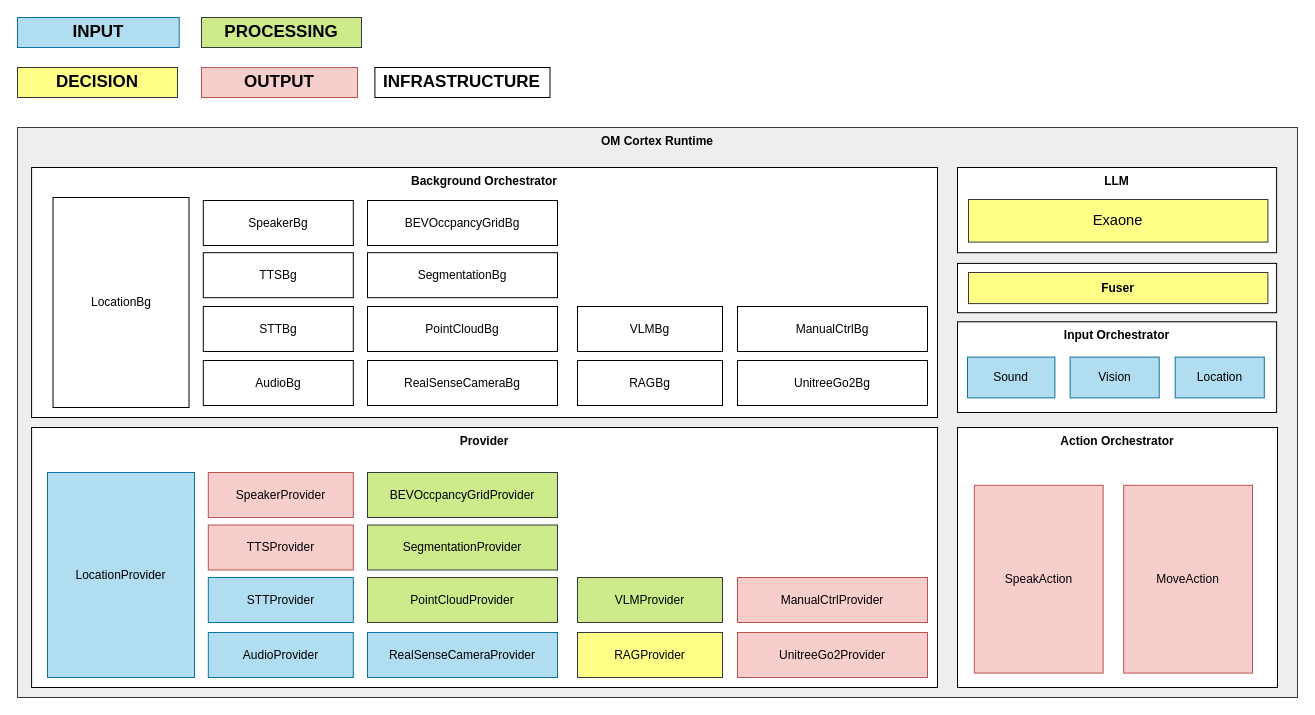
AI-Robot-SW/pedestrian-companion-robot keeps this draw.io diagram as page "SW Architecture" (1 of 5) of docs/20260125_OM_Integration_Diagrams.drawio. Above is the earlier version. Source tidied: cells renumbered, new cells numbered last; positions are measured from the earlier drawing's top-left corner, leaving out a move shared by most shapes. Both pictures are drawn from the tidied source at 100%, with x=0, y=0 at pixel (17, 17).
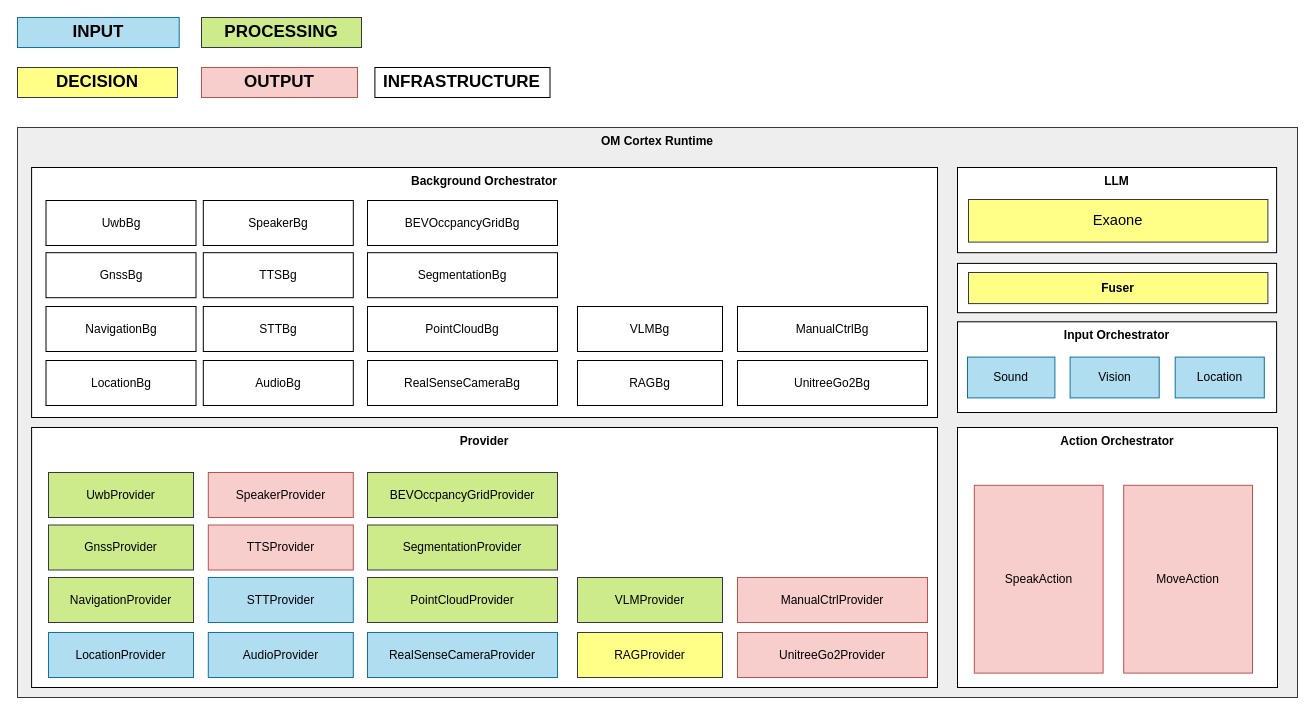
The same diagram, later.

Commit message (it also covers changes not shown here):
chore : update the integration diagrams

What changed in the source:
```diff
@@
-    <mxCell id="34" value="LocationProvider" style="rounded=0;whiteSpace=wrap;html=1;verticalAlign=middle;fontFamily=Helvetica;fillColor=#b1ddf0;strokeColor=#10739e;align=center;fontStyle=0;" parent="1" vertex="1">
-      <mxGeometry x="30" y="455" width="147" height="205" as="geometry" />
-    </mxCell>
-    <mxCell id="35" value="LocationBg" style="rounded=0;whiteSpace=wrap;html=1;fontFamily=Helvetica;verticalAlign=middle;fontStyle=0;" parent="1" vertex="1">
-      <mxGeometry x="35.5" y="180" width="136" height="210" as="geometry" />
-    </mxCell>
@@
+    <mxCell id="51" value="GnssProvider" style="rounded=0;whiteSpace=wrap;html=1;fontFamily=Helvetica;verticalAlign=middle;fillColor=#cdeb8b;strokeColor=#36393d;align=center;fontStyle=0;" parent="1" vertex="1">
+      <mxGeometry x="31" y="507.5" width="145" height="45" as="geometry" />
+    </mxCell>
+    <mxCell id="52" value="NavigationProvider" style="rounded=0;whiteSpace=wrap;html=1;fontFamily=Helvetica;verticalAlign=middle;fillColor=#cdeb8b;strokeColor=#36393d;align=center;fontStyle=0;" parent="1" vertex="1">
+      <mxGeometry x="31" y="560" width="145" height="45" as="geometry" />
+    </mxCell>
+    <mxCell id="53" value="UwbProvider" style="rounded=0;whiteSpace=wrap;html=1;fontFamily=Helvetica;verticalAlign=middle;fillColor=#cdeb8b;strokeColor=#36393d;align=center;fontStyle=0;" parent="1" vertex="1">
+      <mxGeometry x="31" y="455" width="145" height="45" as="geometry" />
+    </mxCell>
+    <mxCell id="34" value="LocationProvider" style="rounded=0;whiteSpace=wrap;html=1;fontFamily=Helvetica;verticalAlign=middle;fillColor=#b1ddf0;strokeColor=#10739e;align=center;fontStyle=0;" parent="1" vertex="1">
+      <mxGeometry x="31" y="615" width="145" height="45" as="geometry" />
+    </mxCell>
+    <mxCell id="54" value="UwbBg" style="rounded=0;whiteSpace=wrap;html=1;fontFamily=Helvetica;verticalAlign=middle;fontStyle=0;" parent="1" vertex="1">
+      <mxGeometry x="28.5" y="183" width="150" height="45" as="geometry" />
+    </mxCell>
+    <mxCell id="55" value="GnssBg" style="rounded=0;whiteSpace=wrap;html=1;fontFamily=Helvetica;verticalAlign=middle;fontStyle=0;" parent="1" vertex="1">
+      <mxGeometry x="28.5" y="235.2" width="150" height="45" as="geometry" />
+    </mxCell>
+    <mxCell id="56" value="NavigationBg" style="rounded=0;whiteSpace=wrap;html=1;fontFamily=Helvetica;verticalAlign=middle;fontStyle=0;" parent="1" vertex="1">
+      <mxGeometry x="28.5" y="289" width="150" height="45" as="geometry" />
+    </mxCell>
+    <mxCell id="35" value="LocationBg" style="rounded=0;whiteSpace=wrap;html=1;fontFamily=Helvetica;verticalAlign=middle;fontStyle=0;" parent="1" vertex="1">
+      <mxGeometry x="28.5" y="343" width="150" height="45" as="geometry" />
+    </mxCell>
```
